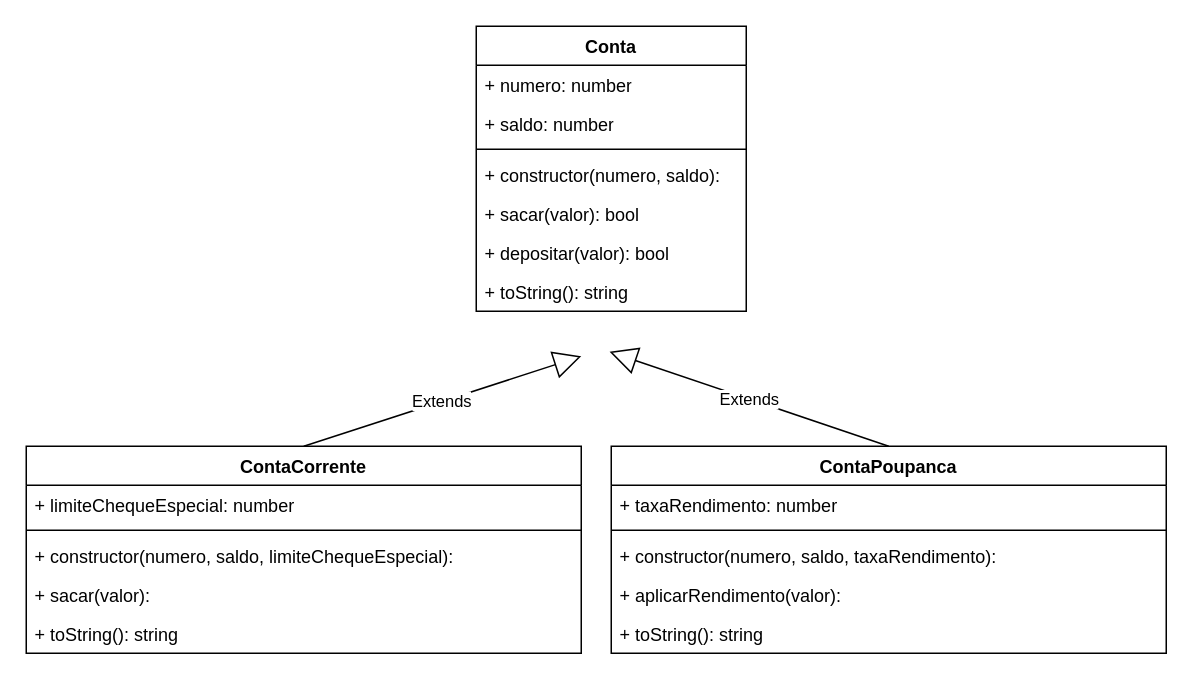
This is aulas/aula09/contas-bancarias.drawio from Diogo-MD/Aulas_Aecio_SENAC_TITO, a draw.io file, before an edit. Source tidied: cells renumbered, new cells numbered last; positions are measured from the earlier drawing's top-left corner, leaving out a move shared by most shapes. Both pictures are drawn from the tidied source at 150%, with x=0, y=0 at pixel (26, 26).
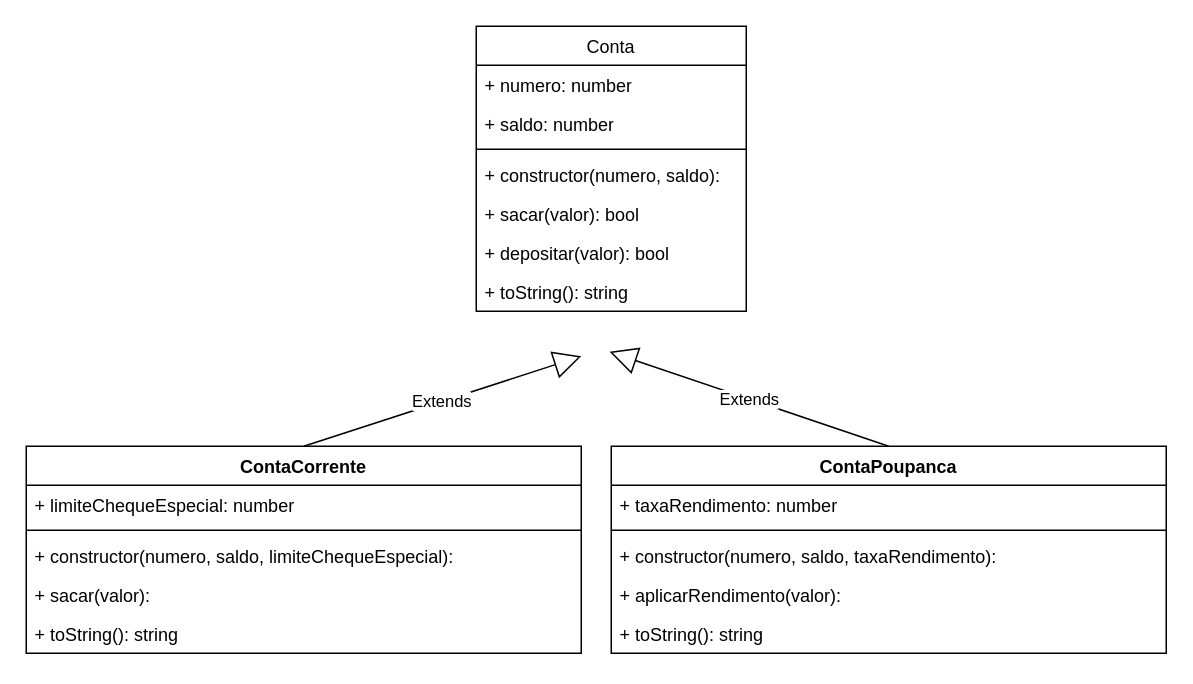
The same page after the edit.

The edit, as a diff of the source:
```diff
@@
-    <mxCell id="2" value="Conta" style="swimlane;fontStyle=1;align=center;verticalAlign=top;horizontal=1;startSize=26;whiteSpace=wrap;html=1;" parent="1" vertex="1">
+    <mxCell id="2" value="Conta" style="swimlane;fontStyle=0;align=center;verticalAlign=top;horizontal=1;startSize=26;whiteSpace=wrap;html=1;" parent="1" vertex="1">
       <mxGeometry x="300" width="180" height="190" as="geometry" />
     </mxCell>
```
